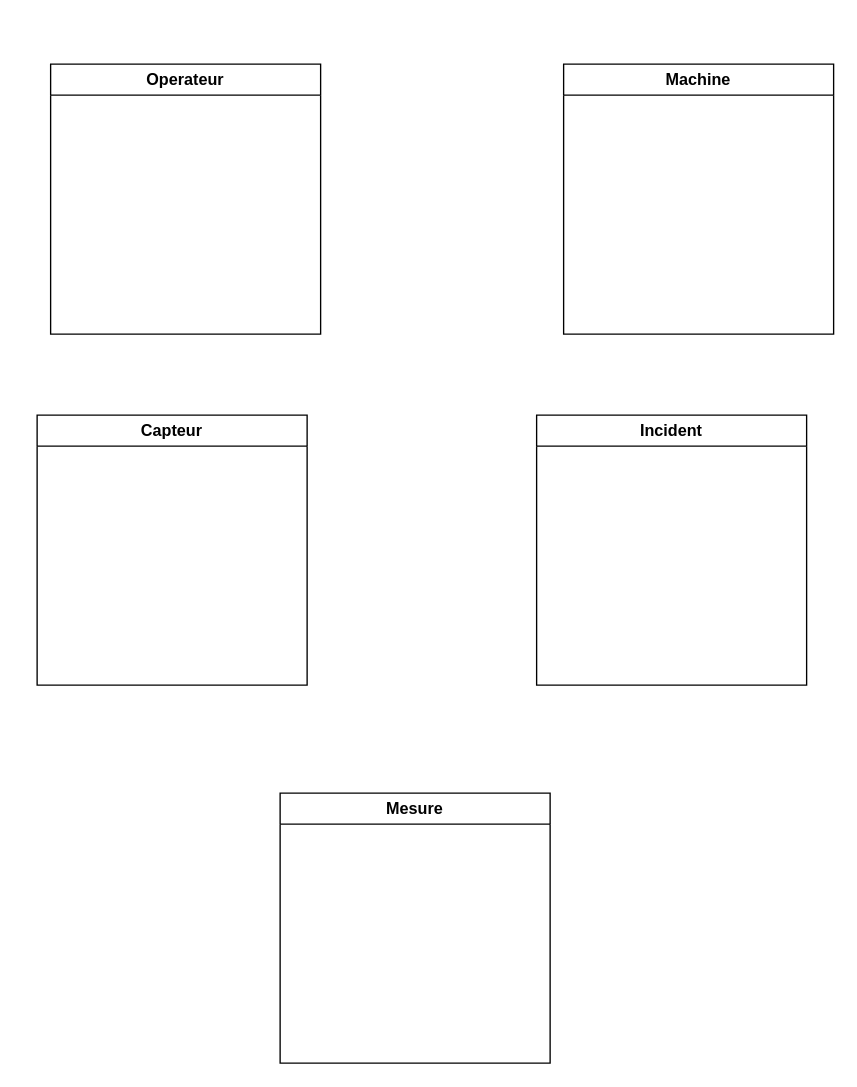
Above: MCD.drawio in marc-proxiel/indusense (draw.io), before the change. Source tidied: cells renumbered, new cells numbered last; positions are measured from the earlier drawing's top-left corner, leaving out a move shared by most shapes. Both pictures are drawn from the tidied source at 135%, with x=0, y=0 at pixel (36, 63).
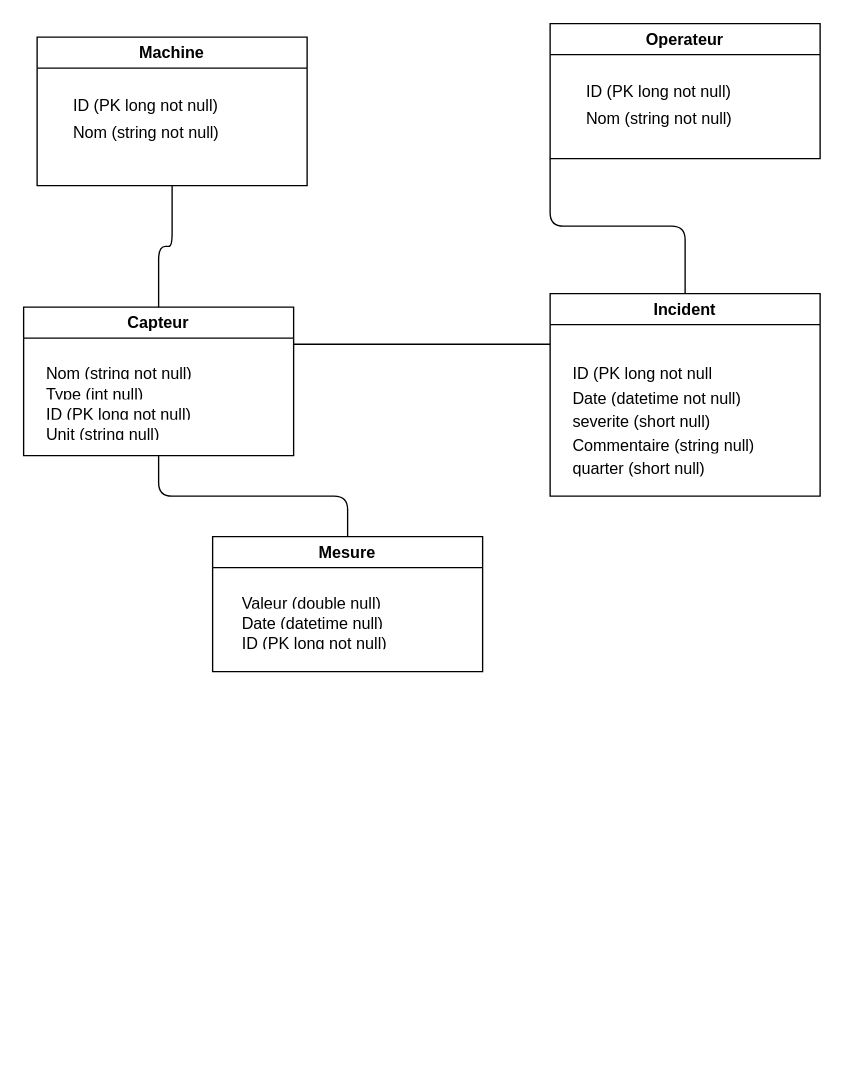
The same page after the edit.

Commit message:
Ajouts table dans MCD

Diff of the diagram source:
```diff
@@
     <mxCell id="2" value="Operateur" style="swimlane;whiteSpace=wrap;html=1;" parent="1" vertex="1">
-      <mxGeometry x="10" width="200" height="200" as="geometry" />
+      <mxGeometry x="380" y="-30" width="200" height="100" as="geometry" />
     </mxCell>
+    <mxCell id="7" style="shape=table;startSize=0;childLayout=tableLayout;fontSize=11;fillColor=none;strokeColor=none;" parent="2" vertex="1">
+      <mxGeometry x="20" y="40" width="160" height="60" as="geometry" />
+    </mxCell>
+    <mxCell id="8" style="shape=tableRow;horizontal=0;startSize=0;swimlaneHead=0;swimlaneBody=0;strokeColor=inherit;top=0;left=0;bottom=0;right=0;fillColor=none;fontSize=16;" parent="7" vertex="1">
+      <mxGeometry width="160" height="21" as="geometry" />
+    </mxCell>
+    <mxCell id="9" value="ID (PK long not null)" style="shape=partialRectangle;html=1;whiteSpace=wrap;strokeColor=inherit;overflow=hidden;fillColor=none;top=0;left=0;bottom=0;right=0;fontSize=12;align=left;spacingLeft=5;" parent="8" vertex="1">
+      <mxGeometry width="160" height="21" as="geometry" />
+    </mxCell>
+    <mxCell id="10" style="shape=tableRow;horizontal=0;startSize=0;swimlaneHead=0;swimlaneBody=0;strokeColor=inherit;top=0;left=0;bottom=0;right=0;fillColor=none;fontSize=16;" parent="7" vertex="1">
+      <mxGeometry y="21" width="160" height="18" as="geometry" />
+    </mxCell>
+    <mxCell id="11" value="Nom (string not null)" style="shape=partialRectangle;html=1;whiteSpace=wrap;strokeColor=inherit;overflow=hidden;fillColor=none;top=0;left=0;bottom=0;right=0;fontSize=12;align=left;spacingLeft=5;" parent="10" vertex="1">
+      <mxGeometry width="160" height="18" as="geometry" />
+    </mxCell>
+    <mxCell id="12" style="shape=tableRow;horizontal=0;startSize=0;swimlaneHead=0;swimlaneBody=0;strokeColor=inherit;top=0;left=0;bottom=0;right=0;fillColor=none;fontSize=16;" parent="7" vertex="1">
+      <mxGeometry y="39" width="160" height="21" as="geometry" />
+    </mxCell>
+    <mxCell id="13" style="shape=partialRectangle;html=1;whiteSpace=wrap;strokeColor=inherit;overflow=hidden;fillColor=none;top=0;left=0;bottom=0;right=0;fontSize=12;align=left;spacingLeft=5;" parent="12" vertex="1">
+      <mxGeometry width="160" height="21" as="geometry" />
+    </mxCell>
     <mxCell id="3" value="Machine" style="swimlane;whiteSpace=wrap;html=1;" parent="1" vertex="1">
-      <mxGeometry x="390" width="200" height="200" as="geometry" />
+      <mxGeometry y="-20" width="200" height="110" as="geometry" />
     </mxCell>
+    <mxCell id="14" style="shape=table;startSize=0;childLayout=tableLayout;fontSize=11;fillColor=none;strokeColor=none;" parent="3" vertex="1">
+      <mxGeometry x="20" y="40" width="160" height="39" as="geometry" />
+    </mxCell>
+    <mxCell id="15" style="shape=tableRow;horizontal=0;startSize=0;swimlaneHead=0;swimlaneBody=0;strokeColor=inherit;top=0;left=0;bottom=0;right=0;fillColor=none;fontSize=16;" parent="14" vertex="1">
+      <mxGeometry width="160" height="21" as="geometry" />
+    </mxCell>
+    <mxCell id="16" value="ID (PK long not null)" style="shape=partialRectangle;html=1;whiteSpace=wrap;strokeColor=inherit;overflow=hidden;fillColor=none;top=0;left=0;bottom=0;right=0;fontSize=12;align=left;spacingLeft=5;" parent="15" vertex="1">
+      <mxGeometry width="160" height="21" as="geometry" />
+    </mxCell>
+    <mxCell id="17" style="shape=tableRow;horizontal=0;startSize=0;swimlaneHead=0;swimlaneBody=0;strokeColor=inherit;top=0;left=0;bottom=0;right=0;fillColor=none;fontSize=16;" parent="14" vertex="1">
+      <mxGeometry y="21" width="160" height="18" as="geometry" />
+    </mxCell>
+    <mxCell id="18" value="Nom (string not null)" style="shape=partialRectangle;html=1;whiteSpace=wrap;strokeColor=inherit;overflow=hidden;fillColor=none;top=0;left=0;bottom=0;right=0;fontSize=12;align=left;spacingLeft=5;" parent="17" vertex="1">
+      <mxGeometry width="160" height="18" as="geometry" />
+    </mxCell>
     <mxCell id="4" value="Capteur" style="swimlane;whiteSpace=wrap;html=1;" parent="1" vertex="1">
-      <mxGeometry y="260" width="200" height="200" as="geometry" />
+      <mxGeometry x="-10" y="180" width="200" height="110" as="geometry" />
     </mxCell>
     <mxCell id="5" value="Incident" style="swimlane;whiteSpace=wrap;html=1;" parent="1" vertex="1">
-      <mxGeometry x="370" y="260" width="200" height="200" as="geometry" />
+      <mxGeometry x="380" y="170" width="200" height="150" as="geometry" />
     </mxCell>
+    <mxCell id="19" style="shape=table;startSize=0;childLayout=tableLayout;fontSize=11;fillColor=none;strokeColor=none;" parent="5" vertex="1">
+      <mxGeometry x="10" y="50" width="170" height="87" as="geometry" />
+    </mxCell>
+    <mxCell id="20" style="shape=tableRow;horizontal=0;startSize=0;swimlaneHead=0;swimlaneBody=0;strokeColor=inherit;top=0;left=0;bottom=0;right=0;fillColor=none;fontSize=16;" parent="19" vertex="1">
+      <mxGeometry width="170" height="18" as="geometry" />
+    </mxCell>
+    <mxCell id="21" value="ID (PK long not null" style="shape=partialRectangle;html=1;whiteSpace=wrap;strokeColor=inherit;overflow=hidden;fillColor=none;top=0;left=0;bottom=0;right=0;fontSize=12;align=left;spacingLeft=5;" parent="20" vertex="1">
+      <mxGeometry width="170" height="18" as="geometry" />
+    </mxCell>
+    <mxCell id="22" style="shape=tableRow;horizontal=0;startSize=0;swimlaneHead=0;swimlaneBody=0;strokeColor=inherit;top=0;left=0;bottom=0;right=0;fillColor=none;fontSize=16;" parent="19" vertex="1">
+      <mxGeometry y="18" width="170" height="17" as="geometry" />
+    </mxCell>
+    <mxCell id="23" value="Date (datetime not null)" style="shape=partialRectangle;html=1;whiteSpace=wrap;strokeColor=inherit;overflow=hidden;fillColor=none;top=0;left=0;bottom=0;right=0;fontSize=12;align=left;spacingLeft=5;" parent="22" vertex="1">
+      <mxGeometry width="170" height="17" as="geometry" />
+    </mxCell>
+    <mxCell id="24" style="shape=tableRow;horizontal=0;startSize=0;swimlaneHead=0;swimlaneBody=0;strokeColor=inherit;top=0;left=0;bottom=0;right=0;fillColor=none;fontSize=16;" parent="19" vertex="1">
+      <mxGeometry y="35" width="170" height="18" as="geometry" />
+    </mxCell>
+    <mxCell id="25" value="severite (short null)" style="shape=partialRectangle;html=1;whiteSpace=wrap;strokeColor=inherit;overflow=hidden;fillColor=none;top=0;left=0;bottom=0;right=0;fontSize=12;align=left;spacingLeft=5;" parent="24" vertex="1">
+      <mxGeometry width="170" height="18" as="geometry" />
+    </mxCell>
+    <mxCell id="26" style="shape=tableRow;horizontal=0;startSize=0;swimlaneHead=0;swimlaneBody=0;strokeColor=inherit;top=0;left=0;bottom=0;right=0;fillColor=none;fontSize=16;" parent="19" vertex="1">
+      <mxGeometry y="53" width="170" height="17" as="geometry" />
+    </mxCell>
+    <mxCell id="27" value="Commentaire (string null)" style="shape=partialRectangle;html=1;whiteSpace=wrap;strokeColor=inherit;overflow=hidden;fillColor=none;top=0;left=0;bottom=0;right=0;fontSize=12;align=left;spacingLeft=5;" parent="26" vertex="1">
+      <mxGeometry width="170" height="17" as="geometry" />
+    </mxCell>
+    <mxCell id="28" style="shape=tableRow;horizontal=0;startSize=0;swimlaneHead=0;swimlaneBody=0;strokeColor=inherit;top=0;left=0;bottom=0;right=0;fillColor=none;fontSize=16;" parent="19" vertex="1">
+      <mxGeometry y="70" width="170" height="17" as="geometry" />
+    </mxCell>
+    <mxCell id="29" value="quarter (short null)" style="shape=partialRectangle;html=1;whiteSpace=wrap;strokeColor=inherit;overflow=hidden;fillColor=none;top=0;left=0;bottom=0;right=0;fontSize=12;align=left;spacingLeft=5;" parent="28" vertex="1">
+      <mxGeometry width="170" height="17" as="geometry" />
+    </mxCell>
     <mxCell id="6" value="Mesure" style="swimlane;whiteSpace=wrap;html=1;" parent="1" vertex="1">
-      <mxGeometry x="180" y="540" width="200" height="200" as="geometry" />
+      <mxGeometry x="130" y="350" width="200" height="100" as="geometry" />
     </mxCell>
+    <mxCell id="30" style="shape=table;startSize=0;childLayout=tableLayout;fontSize=11;fillColor=none;strokeColor=none;" parent="6" vertex="1">
+      <mxGeometry x="15" y="40" width="170" height="60" as="geometry" />
+    </mxCell>
+    <mxCell id="31" style="shape=tableRow;horizontal=0;startSize=0;swimlaneHead=0;swimlaneBody=0;strokeColor=inherit;top=0;left=0;bottom=0;right=0;fillColor=none;fontSize=16;" parent="30" vertex="1">
+      <mxGeometry width="170" height="15" as="geometry" />
+    </mxCell>
+    <mxCell id="32" value="Valeur (double null)" style="shape=partialRectangle;html=1;whiteSpace=wrap;strokeColor=inherit;overflow=hidden;fillColor=none;top=0;left=0;bottom=0;right=0;fontSize=12;align=left;spacingLeft=5;" parent="31" vertex="1">
+      <mxGeometry width="170" height="15" as="geometry" />
+    </mxCell>
+    <mxCell id="33" style="shape=tableRow;horizontal=0;startSize=0;swimlaneHead=0;swimlaneBody=0;strokeColor=inherit;top=0;left=0;bottom=0;right=0;fillColor=none;fontSize=16;" parent="30" vertex="1">
+      <mxGeometry y="15" width="170" height="15" as="geometry" />
+    </mxCell>
+    <mxCell id="34" value="Date (datetime null)" style="shape=partialRectangle;html=1;whiteSpace=wrap;strokeColor=inherit;overflow=hidden;fillColor=none;top=0;left=0;bottom=0;right=0;fontSize=12;align=left;spacingLeft=5;" parent="33" vertex="1">
+      <mxGeometry width="170" height="15" as="geometry" />
+    </mxCell>
+    <mxCell id="35" style="shape=tableRow;horizontal=0;startSize=0;swimlaneHead=0;swimlaneBody=0;strokeColor=inherit;top=0;left=0;bottom=0;right=0;fillColor=none;fontSize=16;" parent="30" vertex="1">
+      <mxGeometry y="30" width="170" height="15" as="geometry" />
+    </mxCell>
+    <mxCell id="36" value="ID (PK long not null)" style="shape=partialRectangle;html=1;whiteSpace=wrap;strokeColor=inherit;overflow=hidden;fillColor=none;top=0;left=0;bottom=0;right=0;fontSize=12;align=left;spacingLeft=5;" parent="35" vertex="1">
+      <mxGeometry width="170" height="15" as="geometry" />
+    </mxCell>
+    <mxCell id="37" style="shape=tableRow;horizontal=0;startSize=0;swimlaneHead=0;swimlaneBody=0;strokeColor=inherit;top=0;left=0;bottom=0;right=0;fillColor=none;fontSize=16;" parent="30" vertex="1">
+      <mxGeometry y="45" width="170" height="15" as="geometry" />
+    </mxCell>
+    <mxCell id="38" style="shape=partialRectangle;html=1;whiteSpace=wrap;strokeColor=inherit;overflow=hidden;fillColor=none;top=0;left=0;bottom=0;right=0;fontSize=12;align=left;spacingLeft=5;" parent="37" vertex="1">
+      <mxGeometry width="170" height="15" as="geometry" />
+    </mxCell>
+    <mxCell id="39" style="shape=table;startSize=0;childLayout=tableLayout;fontSize=11;fillColor=none;strokeColor=none;" parent="1" vertex="1">
+      <mxGeometry y="220" width="170" height="60" as="geometry" />
+    </mxCell>
+    <mxCell id="40" style="shape=tableRow;horizontal=0;startSize=0;swimlaneHead=0;swimlaneBody=0;strokeColor=inherit;top=0;left=0;bottom=0;right=0;fillColor=none;fontSize=16;" parent="39" vertex="1">
+      <mxGeometry width="170" height="15" as="geometry" />
+    </mxCell>
+    <mxCell id="41" value="Nom (string not null)" style="shape=partialRectangle;html=1;whiteSpace=wrap;strokeColor=inherit;overflow=hidden;fillColor=none;top=0;left=0;bottom=0;right=0;fontSize=12;align=left;spacingLeft=5;" parent="40" vertex="1">
+      <mxGeometry width="170" height="15" as="geometry" />
+    </mxCell>
+    <mxCell id="42" style="shape=tableRow;horizontal=0;startSize=0;swimlaneHead=0;swimlaneBody=0;strokeColor=inherit;top=0;left=0;bottom=0;right=0;fillColor=none;fontSize=16;" parent="39" vertex="1">
+      <mxGeometry y="15" width="170" height="15" as="geometry" />
+    </mxCell>
+    <mxCell id="43" value="Type (int null)" style="shape=partialRectangle;html=1;whiteSpace=wrap;strokeColor=inherit;overflow=hidden;fillColor=none;top=0;left=0;bottom=0;right=0;fontSize=12;align=left;spacingLeft=5;" parent="42" vertex="1">
+      <mxGeometry width="170" height="15" as="geometry" />
+    </mxCell>
+    <mxCell id="44" style="shape=tableRow;horizontal=0;startSize=0;swimlaneHead=0;swimlaneBody=0;strokeColor=inherit;top=0;left=0;bottom=0;right=0;fillColor=none;fontSize=16;" parent="39" vertex="1">
+      <mxGeometry y="30" width="170" height="15" as="geometry" />
+    </mxCell>
+    <mxCell id="45" value="ID (PK long not null)" style="shape=partialRectangle;html=1;whiteSpace=wrap;strokeColor=inherit;overflow=hidden;fillColor=none;top=0;left=0;bottom=0;right=0;fontSize=12;align=left;spacingLeft=5;" parent="44" vertex="1">
+      <mxGeometry width="170" height="15" as="geometry" />
+    </mxCell>
+    <mxCell id="46" style="shape=tableRow;horizontal=0;startSize=0;swimlaneHead=0;swimlaneBody=0;strokeColor=inherit;top=0;left=0;bottom=0;right=0;fillColor=none;fontSize=16;" parent="39" vertex="1">
+      <mxGeometry y="45" width="170" height="15" as="geometry" />
+    </mxCell>
+    <mxCell id="47" value="Unit (string null)" style="shape=partialRectangle;html=1;whiteSpace=wrap;strokeColor=inherit;overflow=hidden;fillColor=none;top=0;left=0;bottom=0;right=0;fontSize=12;align=left;spacingLeft=5;" parent="46" vertex="1">
+      <mxGeometry width="170" height="15" as="geometry" />
+    </mxCell>
+    <mxCell id="48" style="endArrow=none;html=1;exitX=0;exitY=1;exitDx=0;exitDy=0;entryX=0.5;entryY=0;entryDx=0;entryDy=0;edgeStyle=orthogonalEdgeStyle;" parent="1" edge="1" source="2" target="5">
+      <mxGeometry relative="1" as="geometry" />
+    </mxCell>
+    <mxCell id="49" style="endArrow=none;html=1;entryX=0.5;entryY=1;entryDx=0;entryDy=0;exitX=0.5;exitY=0;exitDx=0;exitDy=0;edgeStyle=orthogonalEdgeStyle;" parent="1" edge="1" source="4" target="3">
+      <mxGeometry relative="1" as="geometry" />
+    </mxCell>
+    <mxCell id="50" style="endArrow=none;html=1;exitX=0.5;exitY=1;exitDx=0;exitDy=0;entryX=0.5;entryY=0;entryDx=0;entryDy=0;edgeStyle=orthogonalEdgeStyle;" parent="1" edge="1" source="4" target="6">
+      <mxGeometry relative="1" as="geometry" />
+    </mxCell>
+    <mxCell id="51" style="endArrow=none;html=1;exitX=1;exitY=0.25;exitDx=0;exitDy=0;entryX=0;entryY=0.25;entryDx=0;entryDy=0;" parent="1" edge="1" source="4" target="5">
+      <mxGeometry relative="1" as="geometry" />
+    </mxCell>
```
